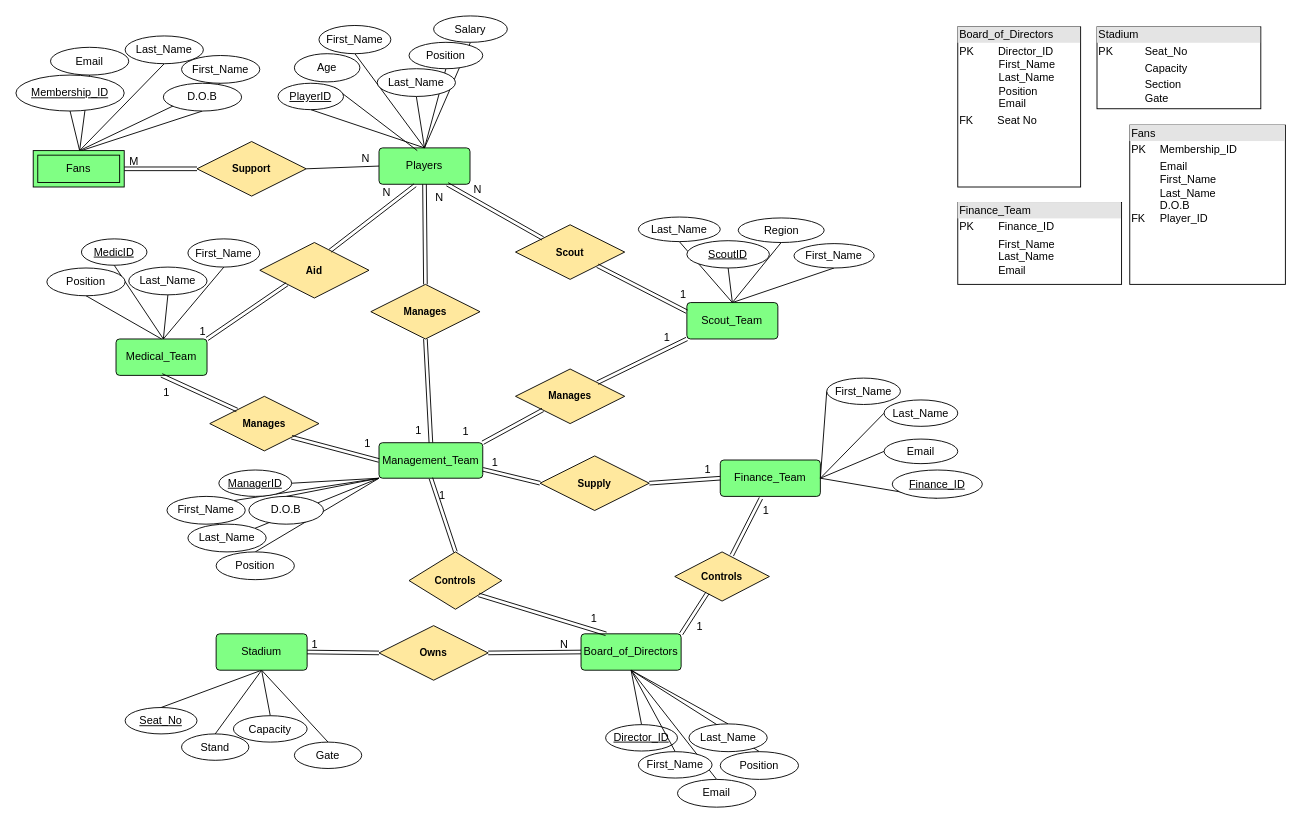
Smithg8/Databases keeps this draw.io diagram as page "ERD" (1 of 2) of ERDiagramupdated.drawio. Above is the earlier version. Source tidied: cells renumbered, new cells numbered last; positions are measured from the earlier drawing's top-left corner, leaving out a move shared by most shapes. Both pictures are drawn from the tidied source at 91%, with x=0, y=0 at pixel (15, 15).
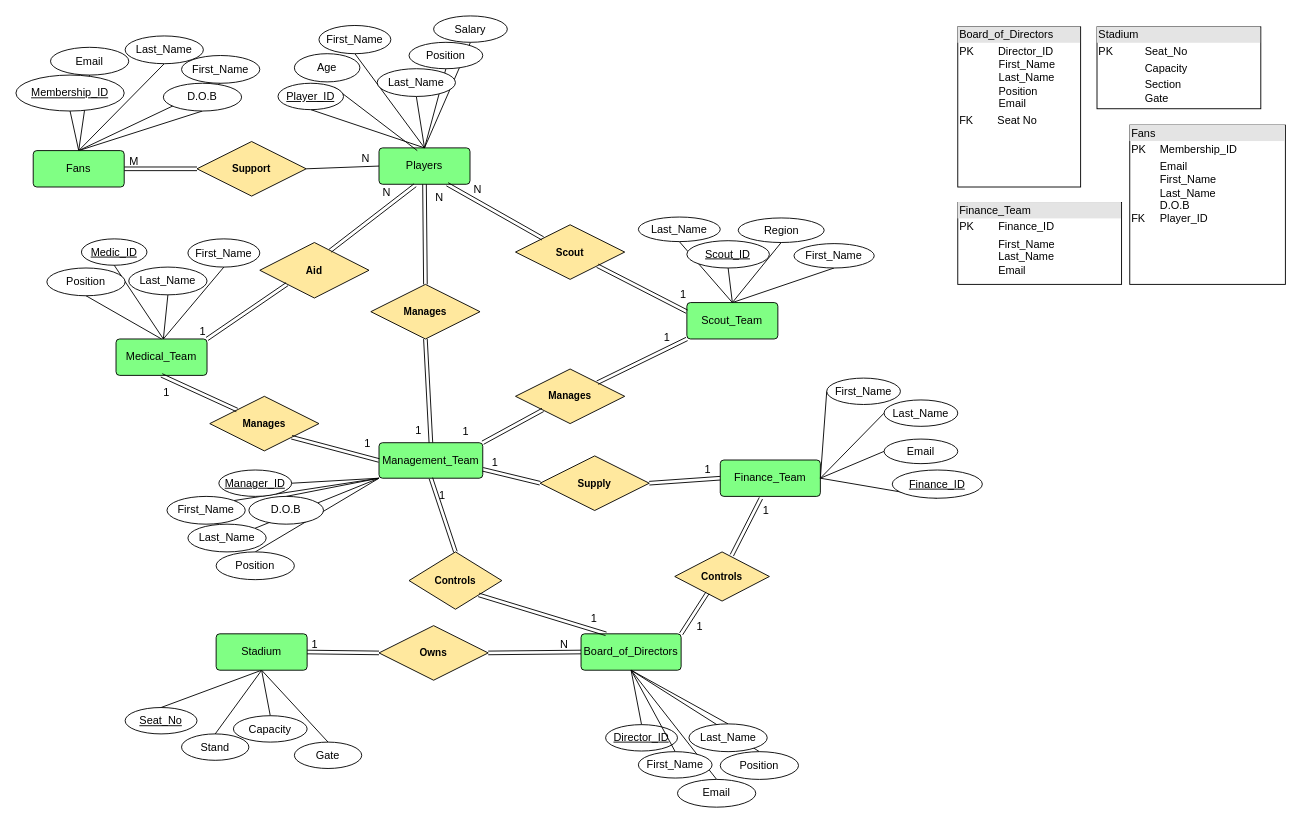
After the change.

The change refers to these unchanged cells:
```xml
<mxCell id="46" value="Email" style="ellipse;whiteSpace=wrap;html=1;align=center;" parent="1" vertex="1">
  <mxGeometry x="38" y="34.5" width="86" height="30.5" as="geometry" />
</mxCell>
<mxCell id="48" value="Last_Name" style="ellipse;whiteSpace=wrap;html=1;align=center;" parent="1" vertex="1">
  <mxGeometry x="120" y="22" width="86" height="30.5" as="geometry" />
</mxCell>
<mxCell id="50" value="First_Name" style="ellipse;whiteSpace=wrap;html=1;align=center;" parent="1" vertex="1">
  <mxGeometry x="182" y="43.5" width="86" height="30.5" as="geometry" />
</mxCell>
<mxCell id="52" value="D.O.B" style="ellipse;whiteSpace=wrap;html=1;align=center;" parent="1" vertex="1">
  <mxGeometry x="162" y="74" width="86" height="30.5" as="geometry" />
</mxCell>
<mxCell id="53" value="Membership_ID" style="ellipse;whiteSpace=wrap;html=1;align=center;fontStyle=4;" parent="1" vertex="1">
  <mxGeometry y="65" width="119" height="39.5" as="geometry" />
</mxCell>
<mxCell id="90" value="Support" style="shape=rhombus;perimeter=rhombusPerimeter;whiteSpace=wrap;html=1;align=center;fontFamily=Helvetica;fontSize=11;fontColor=default;fillColor=#FFE89E;fontStyle=1;" parent="1" vertex="1">
  <mxGeometry x="199" y="138" width="120" height="60" as="geometry" />
</mxCell>
```

Change to the diagram source:
```diff
@@
-    <mxCell id="9" value="&lt;font style=&quot;font-size: 12px;&quot;&gt;PlayerID&lt;/font&gt;" style="ellipse;whiteSpace=wrap;html=1;align=center;fontStyle=4;" parent="1" vertex="1">
+    <mxCell id="9" value="&lt;font style=&quot;font-size: 12px;&quot;&gt;Player_ID&lt;/font&gt;" style="ellipse;whiteSpace=wrap;html=1;align=center;fontStyle=4;" parent="1" vertex="1">
       <mxGeometry x="288" y="74" width="72" height="29" as="geometry" />
     </mxCell>
@@
-    <mxCell id="19" style="edgeStyle=none;shape=connector;rounded=0;jettySize=auto;html=1;exitX=0.5;exitY=0;exitDx=0;exitDy=0;labelBackgroundColor=default;strokeColor=default;align=center;verticalAlign=middle;fontFamily=Helvetica;fontSize=11;fontColor=default;endArrow=none;endFill=0;entryX=0.5;entryY=1;entryDx=0;entryDy=0;" parent="1" edge="1" target="53">
-      <mxGeometry relative="1" as="geometry">
-        <mxPoint x="70" y="148" as="sourcePoint" />
-      </mxGeometry>
+    <mxCell id="19" style="edgeStyle=none;shape=connector;rounded=0;jettySize=auto;html=1;labelBackgroundColor=default;strokeColor=default;align=center;verticalAlign=middle;fontFamily=Helvetica;fontSize=11;fontColor=default;endArrow=none;endFill=0;entryX=0.5;entryY=1;entryDx=0;entryDy=0;exitX=0.5;exitY=0;exitDx=0;exitDy=0;" parent="1" edge="1" source="137" target="53">
+      <mxGeometry relative="1" as="geometry" />
     </mxCell>
@@
-    <mxCell id="30" value="ScoutID" style="ellipse;whiteSpace=wrap;html=1;align=center;fontStyle=4;rotation=0;" parent="1" vertex="1">
+    <mxCell id="30" value="Scout_ID" style="ellipse;whiteSpace=wrap;html=1;align=center;fontStyle=4;rotation=0;" parent="1" vertex="1">
       <mxGeometry x="737.3" y="247" width="90.7" height="30" as="geometry" />
     </mxCell>
@@
-    <mxCell id="41" value="&lt;font style=&quot;font-size: 12px;&quot;&gt;MedicID&lt;/font&gt;" style="ellipse;whiteSpace=wrap;html=1;align=center;fontStyle=4;" parent="1" vertex="1">
+    <mxCell id="41" value="&lt;font style=&quot;font-size: 12px;&quot;&gt;Medic_ID&lt;/font&gt;" style="ellipse;whiteSpace=wrap;html=1;align=center;fontStyle=4;" parent="1" vertex="1">
       <mxGeometry x="72" y="245" width="72" height="29" as="geometry" />
     </mxCell>
@@
-    <mxCell id="45" style="edgeStyle=none;shape=connector;rounded=0;jettySize=auto;html=1;exitX=0.5;exitY=1;exitDx=0;exitDy=0;entryX=0.5;entryY=0;entryDx=0;entryDy=0;labelBackgroundColor=default;strokeColor=default;align=center;verticalAlign=middle;fontFamily=Helvetica;fontSize=11;fontColor=default;endArrow=none;endFill=0;" parent="1" edge="1" source="46">
-      <mxGeometry relative="1" as="geometry">
-        <mxPoint x="70" y="148" as="targetPoint" />
-      </mxGeometry>
+    <mxCell id="45" style="edgeStyle=none;shape=connector;rounded=0;jettySize=auto;html=1;exitX=0.5;exitY=1;exitDx=0;exitDy=0;labelBackgroundColor=default;strokeColor=default;align=center;verticalAlign=middle;fontFamily=Helvetica;fontSize=11;fontColor=default;endArrow=none;endFill=0;entryX=0.5;entryY=0;entryDx=0;entryDy=0;" parent="1" edge="1" source="46" target="137">
+      <mxGeometry relative="1" as="geometry" />
     </mxCell>
@@
-    <mxCell id="47" style="edgeStyle=none;shape=connector;rounded=0;jettySize=auto;html=1;exitX=0.5;exitY=1;exitDx=0;exitDy=0;entryX=0.5;entryY=0;entryDx=0;entryDy=0;labelBackgroundColor=default;strokeColor=default;align=center;verticalAlign=middle;fontFamily=Helvetica;fontSize=11;fontColor=default;endArrow=none;endFill=0;" parent="1" edge="1" source="48">
-      <mxGeometry relative="1" as="geometry">
-        <mxPoint x="70" y="148" as="targetPoint" />
-      </mxGeometry>
+    <mxCell id="47" style="edgeStyle=none;shape=connector;rounded=0;jettySize=auto;html=1;exitX=0.5;exitY=1;exitDx=0;exitDy=0;labelBackgroundColor=default;strokeColor=default;align=center;verticalAlign=middle;fontFamily=Helvetica;fontSize=11;fontColor=default;endArrow=none;endFill=0;entryX=0.5;entryY=0;entryDx=0;entryDy=0;" parent="1" edge="1" source="48" target="137">
+      <mxGeometry relative="1" as="geometry" />
     </mxCell>
@@
-    <mxCell id="49" style="edgeStyle=none;shape=connector;rounded=0;jettySize=auto;html=1;exitX=0.5;exitY=1;exitDx=0;exitDy=0;entryX=0.5;entryY=0;entryDx=0;entryDy=0;labelBackgroundColor=default;strokeColor=default;align=center;verticalAlign=middle;fontFamily=Helvetica;fontSize=11;fontColor=default;endArrow=none;endFill=0;" parent="1" edge="1" source="50">
-      <mxGeometry relative="1" as="geometry">
-        <mxPoint x="70" y="148" as="targetPoint" />
-      </mxGeometry>
+    <mxCell id="49" style="edgeStyle=none;shape=connector;rounded=0;jettySize=auto;html=1;exitX=0.5;exitY=1;exitDx=0;exitDy=0;labelBackgroundColor=default;strokeColor=default;align=center;verticalAlign=middle;fontFamily=Helvetica;fontSize=11;fontColor=default;endArrow=none;endFill=0;entryX=0.5;entryY=0;entryDx=0;entryDy=0;" parent="1" edge="1" source="50" target="137">
+      <mxGeometry relative="1" as="geometry" />
     </mxCell>
@@
-    <mxCell id="51" style="edgeStyle=none;shape=connector;rounded=0;jettySize=auto;html=1;exitX=0.5;exitY=1;exitDx=0;exitDy=0;labelBackgroundColor=default;strokeColor=default;align=center;verticalAlign=middle;fontFamily=Helvetica;fontSize=11;fontColor=default;endArrow=none;endFill=0;" parent="1" edge="1" source="52">
-      <mxGeometry relative="1" as="geometry">
-        <mxPoint x="72" y="148" as="targetPoint" />
-      </mxGeometry>
+    <mxCell id="51" style="edgeStyle=none;shape=connector;rounded=0;jettySize=auto;html=1;exitX=0.5;exitY=1;exitDx=0;exitDy=0;labelBackgroundColor=default;strokeColor=default;align=center;verticalAlign=middle;fontFamily=Helvetica;fontSize=11;fontColor=default;endArrow=none;endFill=0;entryX=0.5;entryY=0;entryDx=0;entryDy=0;" parent="1" edge="1" source="52" target="137">
+      <mxGeometry relative="1" as="geometry" />
     </mxCell>
@@
-    <mxCell id="64" value="ManagerID" style="ellipse;whiteSpace=wrap;html=1;align=center;fontStyle=4;" parent="1" vertex="1">
+    <mxCell id="64" value="Manager_ID" style="ellipse;whiteSpace=wrap;html=1;align=center;fontStyle=4;" parent="1" vertex="1">
       <mxGeometry x="223" y="499" width="80" height="29" as="geometry" />
     </mxCell>
@@
-    <mxCell id="88" style="shape=link;html=1;rounded=0;entryX=0;entryY=0.5;entryDx=0;entryDy=0;exitX=1;exitY=0.5;exitDx=0;exitDy=0;" parent="1" edge="1" target="90">
-      <mxGeometry relative="1" as="geometry">
-        <mxPoint x="119" y="168" as="sourcePoint" />
-      </mxGeometry>
+    <mxCell id="88" style="shape=link;html=1;rounded=0;entryX=0;entryY=0.5;entryDx=0;entryDy=0;exitX=1;exitY=0.5;exitDx=0;exitDy=0;" parent="1" edge="1" source="137" target="90">
+      <mxGeometry relative="1" as="geometry" />
     </mxCell>
@@
-    <mxCell id="137" value="Fans" style="shape=ext;margin=3;double=1;whiteSpace=wrap;html=1;align=center;fillColor=#80FF84;" parent="1" vertex="1">
+    <mxCell id="137" value="Fans" style="rounded=1;arcSize=10;whiteSpace=wrap;html=1;align=center;fillColor=#80FF84;" parent="1" vertex="1">
       <mxGeometry x="19" y="148" width="100" height="40" as="geometry" />
     </mxCell>
```
